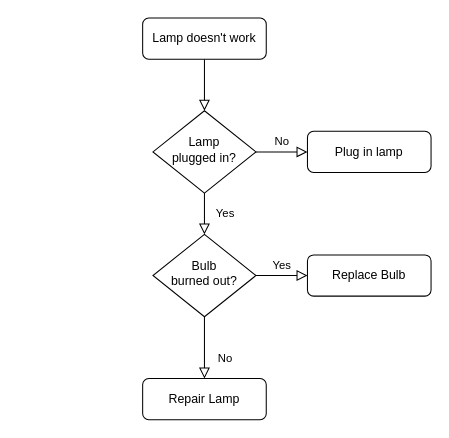
This is Untitled Diagram.drawio from MARKPKASI/MARKPKASI, a draw.io file, before an edit. Source tidied: cells renumbered, new cells numbered last; positions are measured from the earlier drawing's top-left corner, leaving out a move shared by most shapes. Both pictures are drawn from the tidied source at 103%, with x=0, y=0 at pixel (142, 18).
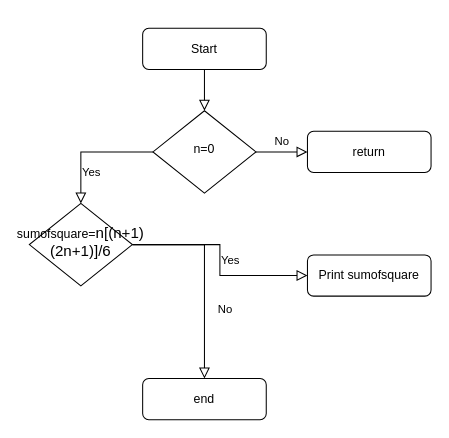
The same page after the edit.

Commit message:
Flowchart diagram of sum of squares

The edit, as a diff of the source:
```diff
@@
 <mxGraphModel>
   <root>
     <mxCell id="0" />
     <mxCell id="1" parent="0" />
     <mxCell id="2" style="rounded=0;html=1;jettySize=auto;fontSize=11;endArrow=block;endFill=0;endSize=8;strokeWidth=1;shadow=0;labelBackgroundColor=none;edgeStyle=orthogonalEdgeStyle;" parent="1" edge="1" source="3" target="6">
       <mxGeometry relative="1" as="geometry" />
     </mxCell>
-    <mxCell id="3" value="Lamp doesn't work" style="rounded=1;whiteSpace=wrap;html=1;fontSize=12;glass=0;strokeWidth=1;shadow=0;" parent="1" vertex="1">
-      <mxGeometry width="120" height="40" as="geometry" />
+    <mxCell id="3" value="Start" style="rounded=1;whiteSpace=wrap;html=1;fontSize=12;glass=0;strokeWidth=1;shadow=0;" parent="1" vertex="1">
+      <mxGeometry y="10" width="120" height="40" as="geometry" />
     </mxCell>
     <mxCell id="4" value="Yes" style="rounded=0;html=1;jettySize=auto;fontSize=11;endArrow=block;endFill=0;endSize=8;strokeWidth=1;shadow=0;labelBackgroundColor=none;edgeStyle=orthogonalEdgeStyle;" parent="1" edge="1" source="6" target="10">
       <mxGeometry y="20" relative="1" as="geometry" />
     </mxCell>
     <mxCell id="5" value="No" style="edgeStyle=orthogonalEdgeStyle;rounded=0;html=1;jettySize=auto;fontSize=11;endArrow=block;endFill=0;endSize=8;strokeWidth=1;shadow=0;labelBackgroundColor=none;" parent="1" edge="1" source="6" target="7">
       <mxGeometry y="10" relative="1" as="geometry" />
     </mxCell>
-    <mxCell id="6" value="Lamp&lt;br&gt;plugged in?" style="rhombus;whiteSpace=wrap;html=1;shadow=0;fontFamily=Helvetica;fontSize=12;align=center;strokeWidth=1;spacing=6;spacingTop=-4;" parent="1" vertex="1">
+    <mxCell id="6" value="n=0" style="rhombus;whiteSpace=wrap;html=1;shadow=0;fontFamily=Helvetica;fontSize=12;align=center;strokeWidth=1;spacing=6;spacingTop=-4;" parent="1" vertex="1">
       <mxGeometry x="10" y="90" width="100" height="80" as="geometry" />
     </mxCell>
-    <mxCell id="7" value="Plug in lamp" style="rounded=1;whiteSpace=wrap;html=1;fontSize=12;glass=0;strokeWidth=1;shadow=0;" parent="1" vertex="1">
+    <mxCell id="7" value="return" style="rounded=1;whiteSpace=wrap;html=1;fontSize=12;glass=0;strokeWidth=1;shadow=0;" parent="1" vertex="1">
       <mxGeometry x="160" y="110" width="120" height="40" as="geometry" />
     </mxCell>
     <mxCell id="8" value="No" style="rounded=0;html=1;jettySize=auto;fontSize=11;endArrow=block;endFill=0;endSize=8;strokeWidth=1;shadow=0;labelBackgroundColor=none;edgeStyle=orthogonalEdgeStyle;" parent="1" edge="1" source="10" target="11">
       <mxGeometry x="0.33" y="20" relative="1" as="geometry" />
     </mxCell>
     <mxCell id="9" value="Yes" style="edgeStyle=orthogonalEdgeStyle;rounded=0;html=1;jettySize=auto;fontSize=11;endArrow=block;endFill=0;endSize=8;strokeWidth=1;shadow=0;labelBackgroundColor=none;" parent="1" edge="1" source="10" target="12">
       <mxGeometry y="10" relative="1" as="geometry" />
     </mxCell>
-    <mxCell id="10" value="Bulb&lt;br&gt;burned out?" style="rhombus;whiteSpace=wrap;html=1;shadow=0;fontFamily=Helvetica;fontSize=12;align=center;strokeWidth=1;spacing=6;spacingTop=-4;" parent="1" vertex="1">
-      <mxGeometry x="10" y="210" width="100" height="80" as="geometry" />
+    <mxCell id="10" value="sumofsquare=&lt;span id=&quot;docs-internal-guid-7d31cbee-7fff-0105-47cc-c48e5c781cc7&quot; style=&quot;font-size: 11pt; font-family: Arial; color: rgb(0, 0, 0); background-color: transparent; font-weight: 400; font-style: normal; font-variant: normal; text-decoration: none; vertical-align: baseline;&quot;&gt;n[(n+1)(2n+1)]/6&lt;/span&gt;" style="rhombus;whiteSpace=wrap;html=1;shadow=0;fontFamily=Helvetica;fontSize=12;align=center;strokeWidth=1;spacing=6;spacingTop=-4;" parent="1" vertex="1">
+      <mxGeometry x="-110" y="180" width="100" height="80" as="geometry" />
     </mxCell>
-    <mxCell id="11" value="Repair Lamp" style="rounded=1;whiteSpace=wrap;html=1;fontSize=12;glass=0;strokeWidth=1;shadow=0;" parent="1" vertex="1">
+    <mxCell id="11" value="end" style="rounded=1;whiteSpace=wrap;html=1;fontSize=12;glass=0;strokeWidth=1;shadow=0;" parent="1" vertex="1">
       <mxGeometry y="350" width="120" height="40" as="geometry" />
     </mxCell>
-    <mxCell id="12" value="Replace Bulb" style="rounded=1;whiteSpace=wrap;html=1;fontSize=12;glass=0;strokeWidth=1;shadow=0;" parent="1" vertex="1">
+    <mxCell id="12" value="Print sumofsquare" style="rounded=1;whiteSpace=wrap;html=1;fontSize=12;glass=0;strokeWidth=1;shadow=0;" parent="1" vertex="1">
       <mxGeometry x="160" y="230" width="120" height="40" as="geometry" />
     </mxCell>
   </root>
 </mxGraphModel>
```
